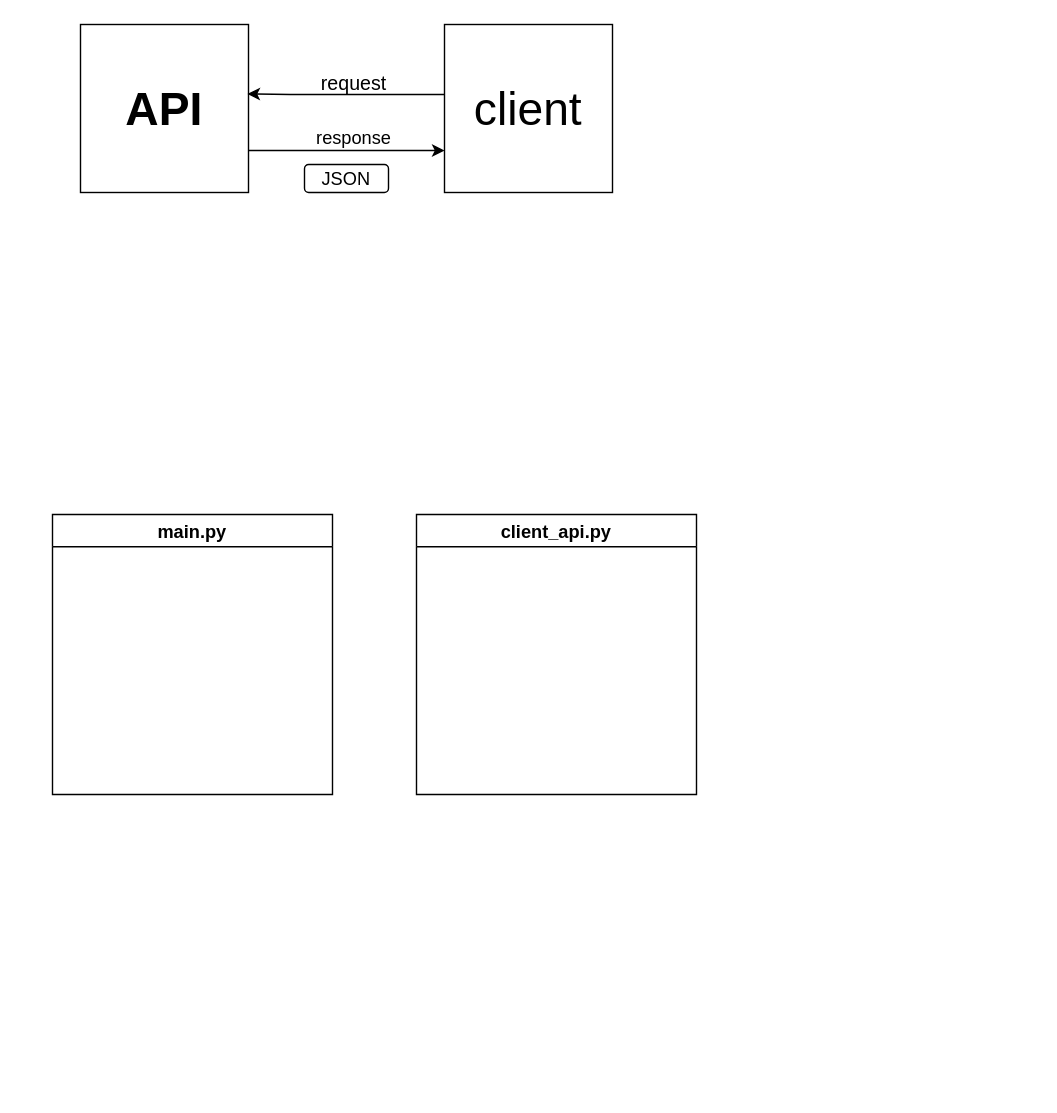
This is Untitled Diagram.drawio from monaxovdulov/test, a draw.io file, before an edit. Source tidied: cells renumbered, new cells numbered last; positions are measured from the earlier drawing's top-left corner, leaving out a move shared by most shapes. Both pictures are drawn from the tidied source at 140%, with x=0, y=0 at pixel (52, 24).
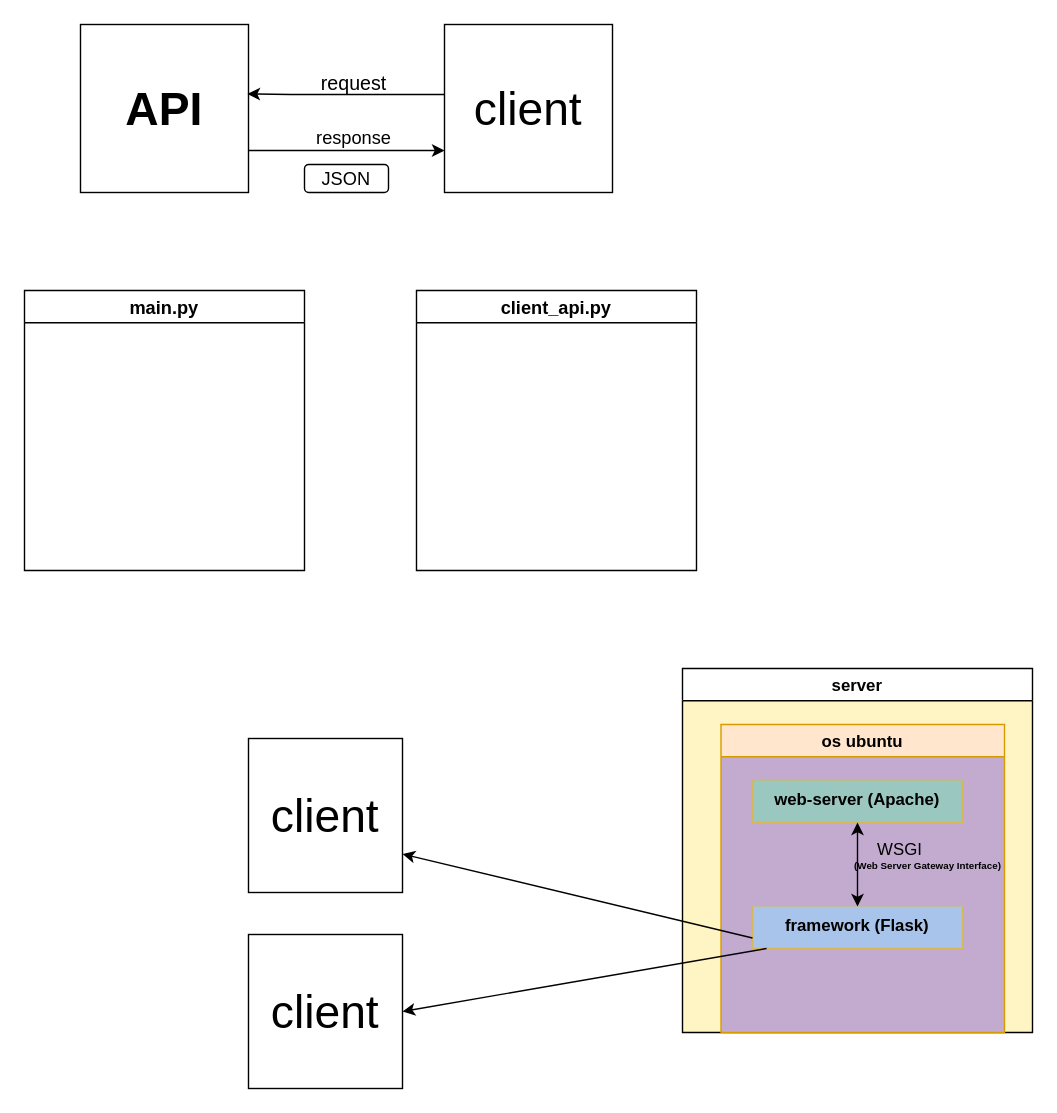
The same page after the edit.

What changed in the source:
```diff
@@
     <mxCell id="9" value="main.py" style="swimlane;fontSize=13;" parent="1" vertex="1">
-      <mxGeometry y="350" width="200" height="200" as="geometry" />
+      <mxGeometry x="-20" y="190" width="200" height="200" as="geometry" />
     </mxCell>
     <mxCell id="10" value="client_api.py" style="swimlane;fontSize=13;" parent="1" vertex="1">
-      <mxGeometry x="260" y="350" width="200" height="200" as="geometry" />
+      <mxGeometry x="260" y="190" width="200" height="200" as="geometry" />
     </mxCell>
+    <mxCell id="11" value="server" style="swimlane;swimlaneFillColor=#FFF4C3;" parent="1" vertex="1">
+      <mxGeometry x="450" y="460" width="250" height="260" as="geometry" />
+    </mxCell>
+    <mxCell id="12" value="os ubuntu" style="swimlane;fillColor=#ffe6cc;strokeColor=#d79b00;gradientColor=none;swimlaneFillColor=#C3ABD0;" parent="11" vertex="1">
+      <mxGeometry x="27.5" y="40" width="202.5" height="220" as="geometry" />
+    </mxCell>
+    <mxCell id="13" value="web-server (Apache)" style="swimlane;startSize=0;fillColor=#fff2cc;strokeColor=#d6b656;swimlaneFillColor=#9AC7BF;align=center;verticalAlign=top;" parent="12" vertex="1">
+      <mxGeometry x="22.5" y="40" width="150" height="30" as="geometry" />
+    </mxCell>
+    <mxCell id="14" value="WSGI" style="text;html=1;align=center;verticalAlign=middle;strokeColor=none;fillColor=none;" parent="12" vertex="1">
+      <mxGeometry x="102.5" y="80" width="50" height="20" as="geometry" />
+    </mxCell>
+    <mxCell id="15" value="&lt;span style=&quot;font-family: &amp;#34;yandex sans display light&amp;#34;&quot;&gt;&lt;font style=&quot;font-size: 7px&quot;&gt;&lt;b&gt;(Web Server Gateway Interface)&lt;/b&gt;&lt;/font&gt;&lt;/span&gt;" style="text;html=1;align=center;verticalAlign=middle;strokeColor=none;fillColor=none;" parent="12" vertex="1">
+      <mxGeometry x="92.5" y="90" width="110" height="20" as="geometry" />
+    </mxCell>
+    <mxCell id="16" value="framework (Flask)" style="swimlane;startSize=0;fillColor=#fff2cc;strokeColor=#d6b656;swimlaneFillColor=#A9C4EB;align=center;verticalAlign=top;" parent="12" vertex="1">
+      <mxGeometry x="22.5" y="130" width="150" height="30" as="geometry" />
+    </mxCell>
+    <mxCell id="17" style="endArrow=classic;startArrow=classic;html=1;rounded=0;entryX=0.5;entryY=1;entryDx=0;entryDy=0;" parent="1" edge="1" target="13">
+      <mxGeometry relative="1" as="geometry">
+        <mxPoint x="575" y="630" as="sourcePoint" />
+      </mxGeometry>
+    </mxCell>
+    <mxCell id="18" value="client" style="whiteSpace=wrap;html=1;fontSize=33;" parent="1" vertex="1">
+      <mxGeometry x="140" y="510" width="110" height="110" as="geometry" />
+    </mxCell>
+    <mxCell id="19" style="endArrow=classic;html=1;rounded=0;fontSize=7;exitX=0.067;exitY=1;exitDx=0;exitDy=0;exitPerimeter=0;entryX=1;entryY=0.5;entryDx=0;entryDy=0;" parent="1" edge="1" source="16" target="20">
+      <mxGeometry relative="1" as="geometry" />
+    </mxCell>
+    <mxCell id="20" value="client" style="whiteSpace=wrap;html=1;fontSize=33;" parent="1" vertex="1">
+      <mxGeometry x="140" y="650" width="110" height="110" as="geometry" />
+    </mxCell>
+    <mxCell id="21" style="endArrow=classic;html=1;rounded=0;fontSize=7;exitX=0;exitY=0.75;exitDx=0;exitDy=0;entryX=1;entryY=0.75;entryDx=0;entryDy=0;" parent="1" edge="1" source="16" target="18">
+      <mxGeometry relative="1" as="geometry" />
+    </mxCell>
```
